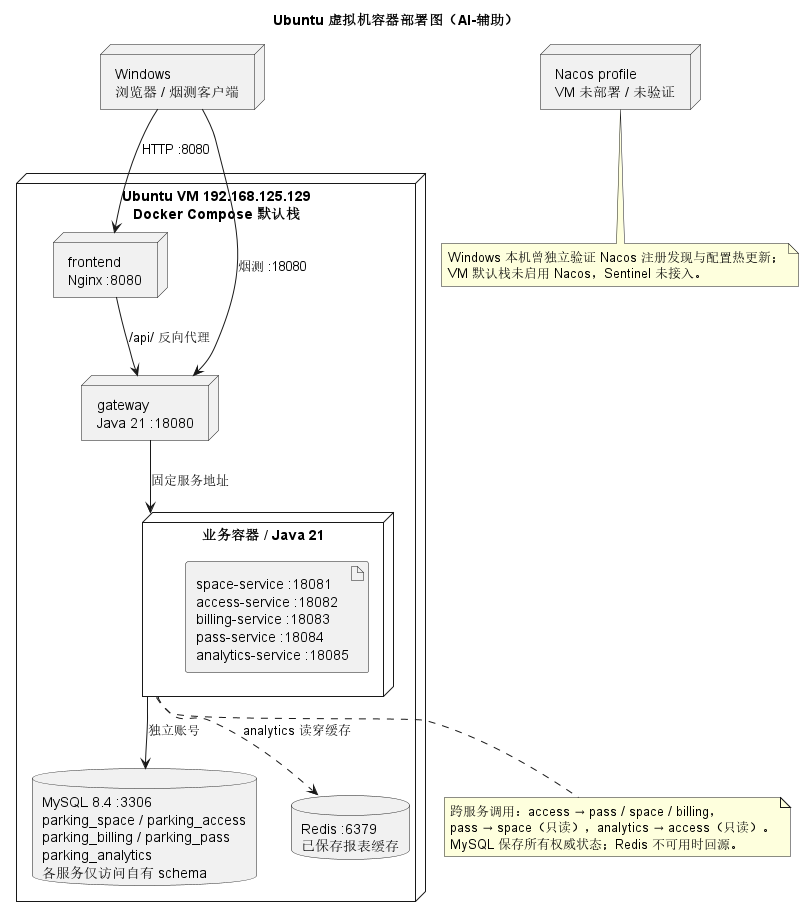
Before: models/rendered/13-deployment.png, a diagram exported from PlantUML (Gindama713/UMLWORK).
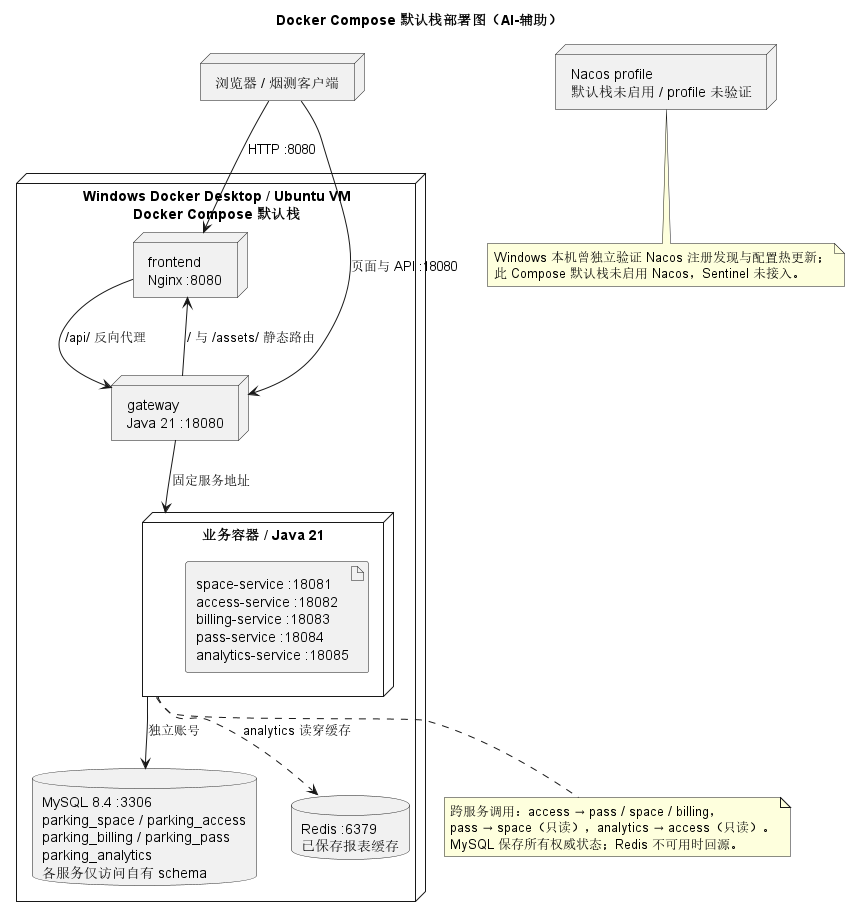
The same diagram one commit later.

The edit, as a diff of the source:
```diff
@@ -1,8 +1,8 @@
 @startuml
-title Ubuntu 虚拟机容器部署图（AI-辅助）
+title Docker Compose 默认栈部署图（AI-辅助）
 top to bottom direction
-node "Windows\n浏览器 / 烟测客户端" as client
-node "Ubuntu VM 192.168.125.129\nDocker Compose 默认栈" {
+node "浏览器 / 烟测客户端" as client
+node "Windows Docker Desktop / Ubuntu VM\nDocker Compose 默认栈" {
   node "frontend\nNginx :8080" as frontend
   node "gateway\nJava 21 :18080" as gateway
   node "业务容器 / Java 21" as services {
@@ -11,10 +11,11 @@
   database "MySQL 8.4 :3306\nparking_space / parking_access\nparking_billing / parking_pass\nparking_analytics\n各服务仅访问自有 schema" as mysql
   database "Redis :6379\n已保存报表缓存" as redis
 }
-node "Nacos profile\nVM 未部署 / 未验证" as nacos
+node "Nacos profile\n默认栈未启用 / profile 未验证" as nacos
 client --> frontend : HTTP :8080
-client --> gateway : 烟测 :18080
+client --> gateway : 页面与 API :18080
 frontend --> gateway : /api/ 反向代理
+gateway --> frontend : / 与 /assets/ 静态路由
 gateway --> services : 固定服务地址
 services --> mysql : 独立账号
 services ..> redis : analytics 读穿缓存
@@ -25,6 +26,6 @@
 end note
 note bottom of nacos
 Windows 本机曾独立验证 Nacos 注册发现与配置热更新；
-VM 默认栈未启用 Nacos，Sentinel 未接入。
+此 Compose 默认栈未启用 Nacos，Sentinel 未接入。
 end note
 @enduml
```
